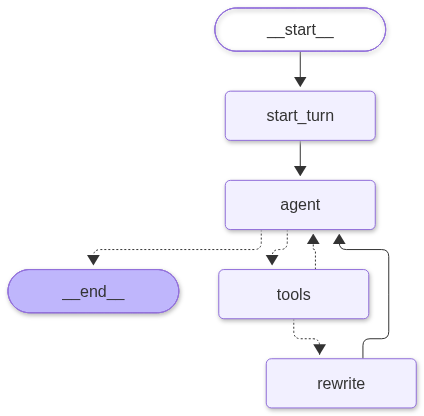
Above: docs/grafo.png in RayssaBeatriz/agente_auxiliar_para_estudo (Mermaid), before the change. Its source is kept beside it as docs/grafo.mmd.
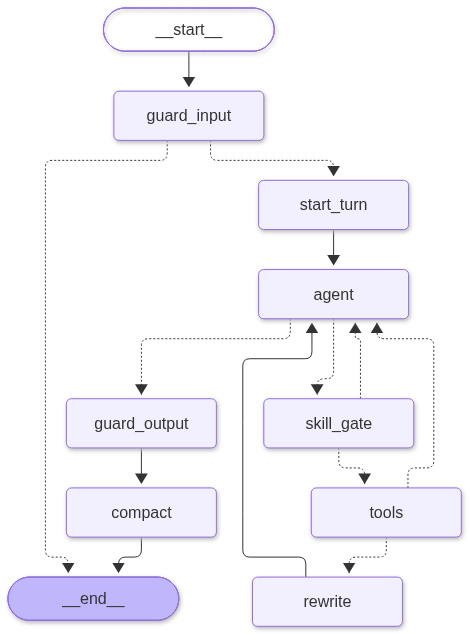
The same diagram one commit later.

Change to the diagram source:
```diff
@@ -5,18 +5,28 @@
 ---
 graph TD;
 	__start__([<p>__start__</p>]):::first
+	guard_input(guard_input)
 	start_turn(start_turn)
 	agent(agent)
+	skill_gate(skill_gate)
 	tools(tools)
 	rewrite(rewrite)
+	guard_output(guard_output)
+	compact(compact)
 	__end__([<p>__end__</p>]):::last
-	__start__ --> start_turn;
-	agent -.-> __end__;
-	agent -.-> tools;
+	__start__ --> guard_input;
+	agent -.-> guard_output;
+	agent -.-> skill_gate;
+	guard_input -.-> __end__;
+	guard_input -.-> start_turn;
+	guard_output --> compact;
 	rewrite --> agent;
+	skill_gate -.-> agent;
+	skill_gate -.-> tools;
 	start_turn --> agent;
 	tools -.-> agent;
 	tools -.-> rewrite;
+	compact --> __end__;
 	classDef default fill:#f2f0ff,line-height:1.2
 	classDef first fill-opacity:0
 	classDef last fill:#bfb6fc
```
